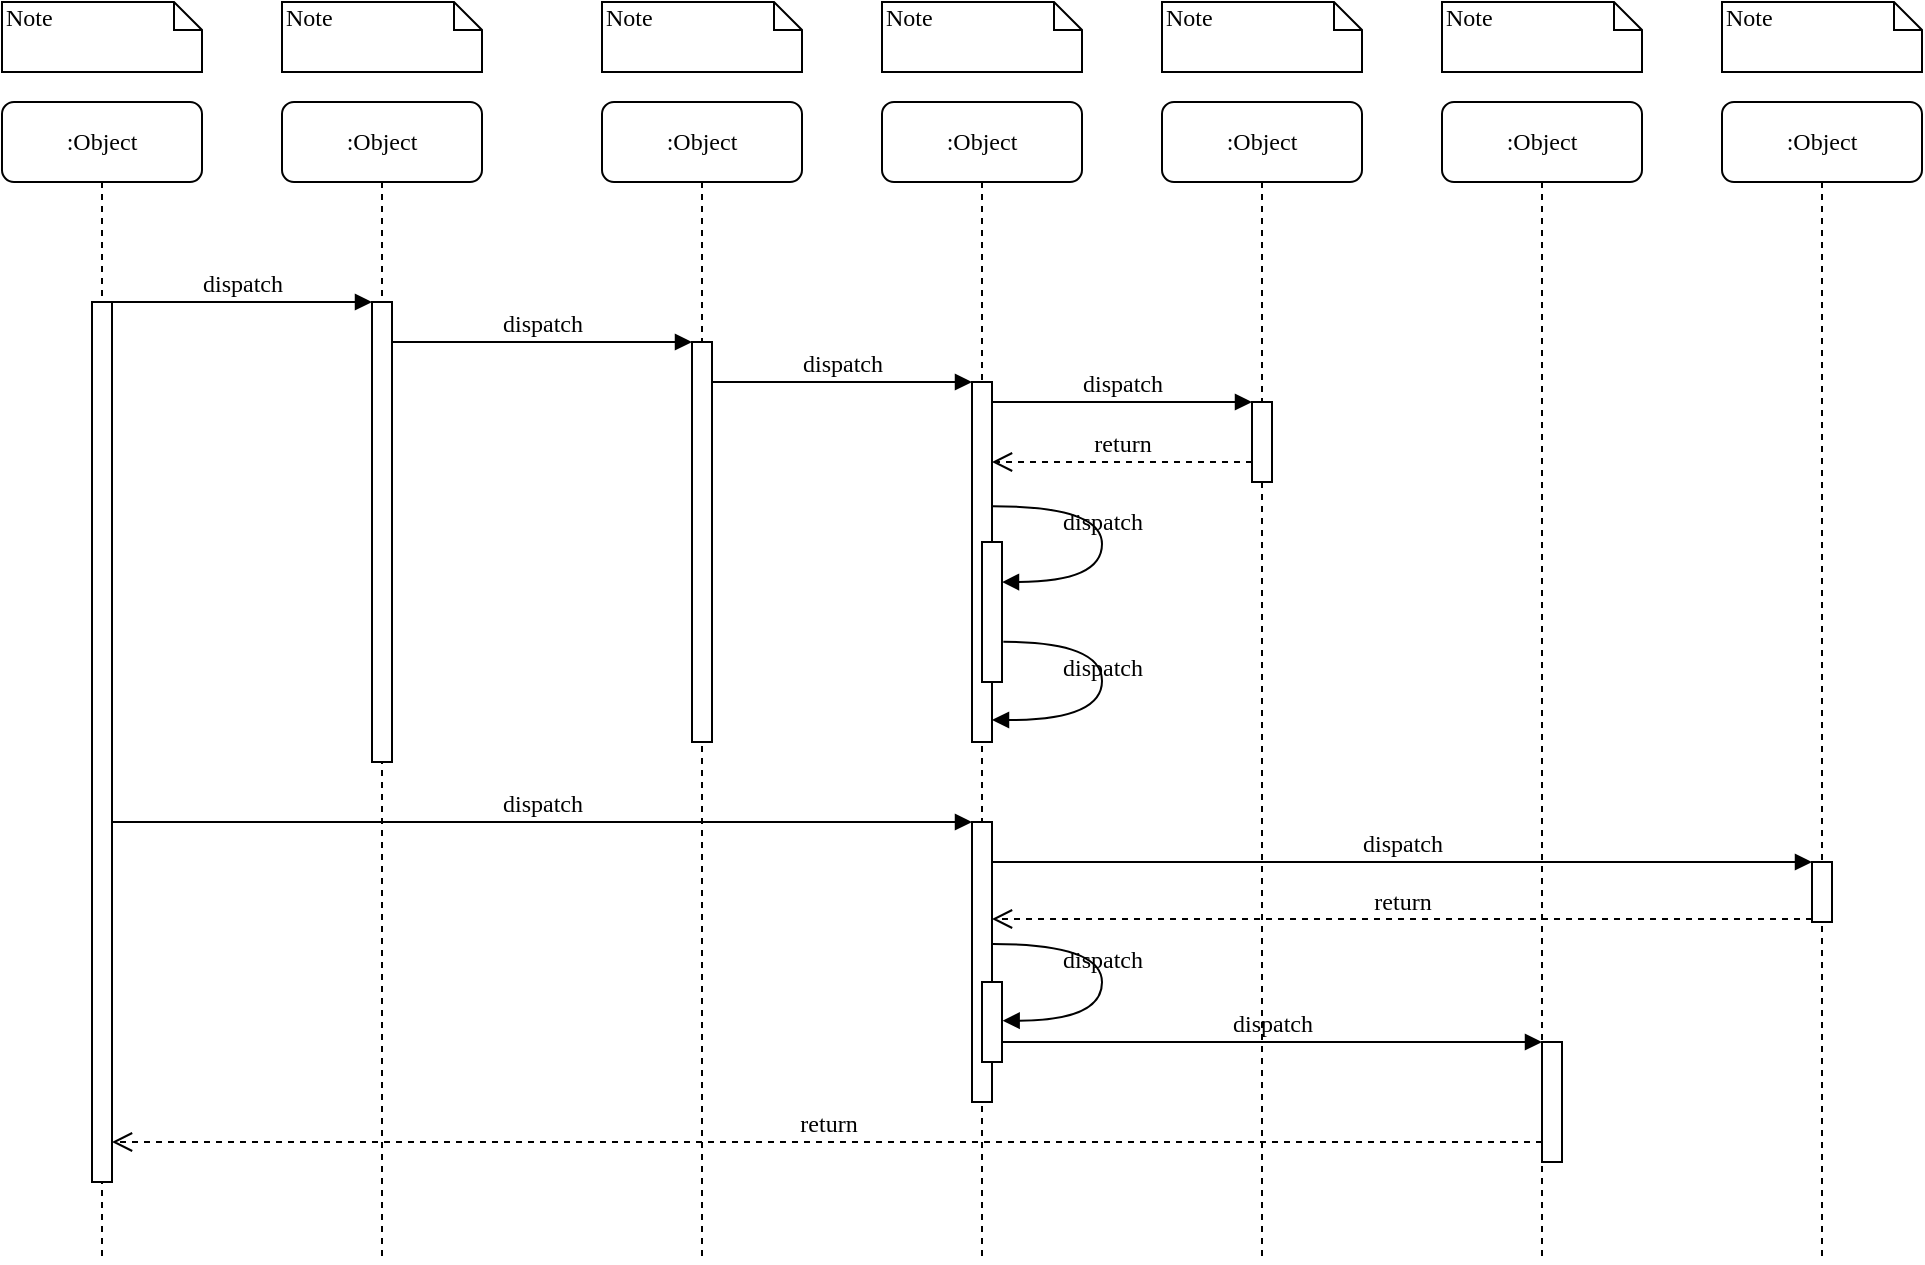
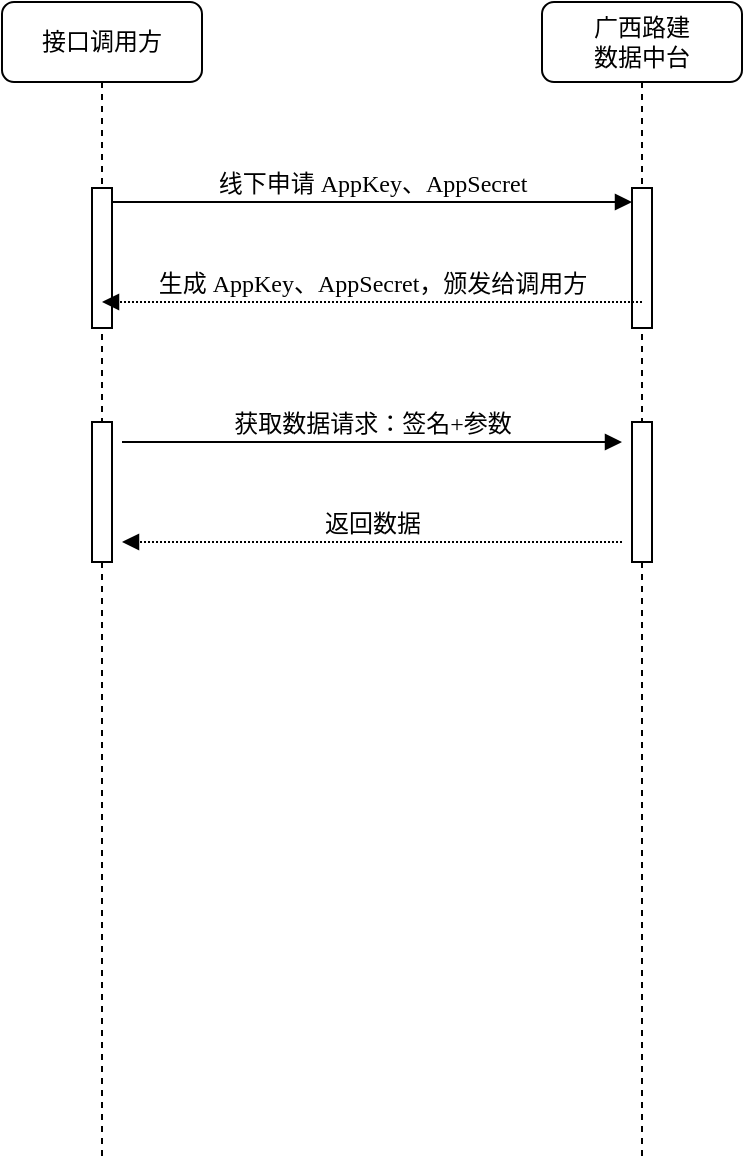
<mxfile host="app.diagrams.net" agent="5.0 (Windows NT 10.0; Win64; x64) AppleWebKit/537.36 (KHTML, like Gecko) Chrome/90.0.4430.212 Safari/537.36">
  <diagram name="Page-1" id="13e1069c-82ec-6db2-03f1-153e76fe0fe0">
-     <mxGraphModel dx="1408" dy="748" grid="1" gridSize="10" guides="1" tooltips="1" connect="1" arrows="1" fold="1" page="1" pageScale="1" pageWidth="1100" pageHeight="850" background="none" math="0" shadow="0">
+     <mxGraphModel dx="579" dy="262" grid="1" gridSize="10" guides="1" tooltips="1" connect="1" arrows="1" fold="1" page="1" pageScale="1" pageWidth="1100" pageHeight="850" background="none" math="0" shadow="0">
      <root>
        <mxCell id="0" />
        <mxCell id="1" parent="0" />
-         <mxCell id="7baba1c4bc27f4b0-2" value=":Object" style="shape=umlLifeline;perimeter=lifelinePerimeter;whiteSpace=wrap;html=1;container=1;collapsible=0;recursiveResize=0;outlineConnect=0;rounded=1;shadow=0;comic=0;labelBackgroundColor=none;strokeWidth=1;fontFamily=Verdana;fontSize=12;align=center;" parent="1" vertex="1">
-           <mxGeometry x="240" y="80" width="100" height="580" as="geometry" />
+         <mxCell id="7baba1c4bc27f4b0-2" parent="1" style="shape=umlLifeline;perimeter=lifelinePerimeter;whiteSpace=wrap;html=1;container=1;collapsible=0;recursiveResize=0;outlineConnect=0;rounded=1;shadow=0;comic=0;labelBackgroundColor=none;strokeWidth=1;fontFamily=Verdana;fontSize=12;align=center;" value="广西路建&lt;div&gt;数据中台&lt;/div&gt;" vertex="1">
+           <mxGeometry height="580" width="100" x="370" y="80" as="geometry" />
        </mxCell>
-         <mxCell id="7baba1c4bc27f4b0-10" value="" style="html=1;points=[];perimeter=orthogonalPerimeter;rounded=0;shadow=0;comic=0;labelBackgroundColor=none;strokeWidth=1;fontFamily=Verdana;fontSize=12;align=center;" parent="7baba1c4bc27f4b0-2" vertex="1">
-           <mxGeometry x="45" y="100" width="10" height="230" as="geometry" />
+         <mxCell id="7baba1c4bc27f4b0-10" parent="7baba1c4bc27f4b0-2" style="html=1;points=[];perimeter=orthogonalPerimeter;rounded=0;shadow=0;comic=0;labelBackgroundColor=none;strokeWidth=1;fontFamily=Verdana;fontSize=12;align=center;" value="" vertex="1">
+           <mxGeometry height="70" width="10" x="45" y="93" as="geometry" />
        </mxCell>
-         <mxCell id="7baba1c4bc27f4b0-3" value=":Object" style="shape=umlLifeline;perimeter=lifelinePerimeter;whiteSpace=wrap;html=1;container=1;collapsible=0;recursiveResize=0;outlineConnect=0;rounded=1;shadow=0;comic=0;labelBackgroundColor=none;strokeWidth=1;fontFamily=Verdana;fontSize=12;align=center;" parent="1" vertex="1">
-           <mxGeometry x="400" y="80" width="100" height="580" as="geometry" />
+         <mxCell id="HVjiBSM-SndkO614d8rT-5" parent="7baba1c4bc27f4b0-2" style="html=1;points=[];perimeter=orthogonalPerimeter;rounded=0;shadow=0;comic=0;labelBackgroundColor=none;strokeWidth=1;fontFamily=Verdana;fontSize=12;align=center;" value="" vertex="1">
+           <mxGeometry height="70" width="10" x="45" y="210" as="geometry" />
        </mxCell>
-         <mxCell id="7baba1c4bc27f4b0-13" value="" style="html=1;points=[];perimeter=orthogonalPerimeter;rounded=0;shadow=0;comic=0;labelBackgroundColor=none;strokeWidth=1;fontFamily=Verdana;fontSize=12;align=center;" parent="7baba1c4bc27f4b0-3" vertex="1">
-           <mxGeometry x="45" y="120" width="10" height="200" as="geometry" />
+         <mxCell id="7baba1c4bc27f4b0-8" parent="1" style="shape=umlLifeline;perimeter=lifelinePerimeter;whiteSpace=wrap;html=1;container=1;collapsible=0;recursiveResize=0;outlineConnect=0;rounded=1;shadow=0;comic=0;labelBackgroundColor=none;strokeWidth=1;fontFamily=Verdana;fontSize=12;align=center;" value="接口调用方" vertex="1">
+           <mxGeometry height="580" width="100" x="100" y="80" as="geometry" />
        </mxCell>
-         <mxCell id="7baba1c4bc27f4b0-4" value=":Object" style="shape=umlLifeline;perimeter=lifelinePerimeter;whiteSpace=wrap;html=1;container=1;collapsible=0;recursiveResize=0;outlineConnect=0;rounded=1;shadow=0;comic=0;labelBackgroundColor=none;strokeWidth=1;fontFamily=Verdana;fontSize=12;align=center;" parent="1" vertex="1">
-           <mxGeometry x="540" y="80" width="100" height="580" as="geometry" />
+         <mxCell id="7baba1c4bc27f4b0-9" parent="7baba1c4bc27f4b0-8" style="html=1;points=[];perimeter=orthogonalPerimeter;rounded=0;shadow=0;comic=0;labelBackgroundColor=none;strokeWidth=1;fontFamily=Verdana;fontSize=12;align=center;" value="" vertex="1">
+           <mxGeometry height="70" width="10" x="45" y="93" as="geometry" />
        </mxCell>
-         <mxCell id="7baba1c4bc27f4b0-5" value=":Object" style="shape=umlLifeline;perimeter=lifelinePerimeter;whiteSpace=wrap;html=1;container=1;collapsible=0;recursiveResize=0;outlineConnect=0;rounded=1;shadow=0;comic=0;labelBackgroundColor=none;strokeWidth=1;fontFamily=Verdana;fontSize=12;align=center;" parent="1" vertex="1">
-           <mxGeometry x="680" y="80" width="100" height="580" as="geometry" />
+         <mxCell id="HVjiBSM-SndkO614d8rT-4" parent="7baba1c4bc27f4b0-8" style="html=1;points=[];perimeter=orthogonalPerimeter;rounded=0;shadow=0;comic=0;labelBackgroundColor=none;strokeWidth=1;fontFamily=Verdana;fontSize=12;align=center;" value="" vertex="1">
+           <mxGeometry height="70" width="10" x="45" y="210" as="geometry" />
        </mxCell>
-         <mxCell id="7baba1c4bc27f4b0-6" value=":Object" style="shape=umlLifeline;perimeter=lifelinePerimeter;whiteSpace=wrap;html=1;container=1;collapsible=0;recursiveResize=0;outlineConnect=0;rounded=1;shadow=0;comic=0;labelBackgroundColor=none;strokeWidth=1;fontFamily=Verdana;fontSize=12;align=center;" parent="1" vertex="1">
-           <mxGeometry x="820" y="80" width="100" height="580" as="geometry" />
-         </mxCell>
-         <mxCell id="7baba1c4bc27f4b0-7" value=":Object" style="shape=umlLifeline;perimeter=lifelinePerimeter;whiteSpace=wrap;html=1;container=1;collapsible=0;recursiveResize=0;outlineConnect=0;rounded=1;shadow=0;comic=0;labelBackgroundColor=none;strokeWidth=1;fontFamily=Verdana;fontSize=12;align=center;" parent="1" vertex="1">
-           <mxGeometry x="960" y="80" width="100" height="580" as="geometry" />
-         </mxCell>
-         <mxCell id="7baba1c4bc27f4b0-8" value=":Object" style="shape=umlLifeline;perimeter=lifelinePerimeter;whiteSpace=wrap;html=1;container=1;collapsible=0;recursiveResize=0;outlineConnect=0;rounded=1;shadow=0;comic=0;labelBackgroundColor=none;strokeWidth=1;fontFamily=Verdana;fontSize=12;align=center;" parent="1" vertex="1">
-           <mxGeometry x="100" y="80" width="100" height="580" as="geometry" />
-         </mxCell>
-         <mxCell id="7baba1c4bc27f4b0-9" value="" style="html=1;points=[];perimeter=orthogonalPerimeter;rounded=0;shadow=0;comic=0;labelBackgroundColor=none;strokeWidth=1;fontFamily=Verdana;fontSize=12;align=center;" parent="7baba1c4bc27f4b0-8" vertex="1">
-           <mxGeometry x="45" y="100" width="10" height="440" as="geometry" />
-         </mxCell>
-         <mxCell id="7baba1c4bc27f4b0-16" value="" style="html=1;points=[];perimeter=orthogonalPerimeter;rounded=0;shadow=0;comic=0;labelBackgroundColor=none;strokeWidth=1;fontFamily=Verdana;fontSize=12;align=center;" parent="1" vertex="1">
-           <mxGeometry x="585" y="220" width="10" height="180" as="geometry" />
-         </mxCell>
-         <mxCell id="7baba1c4bc27f4b0-17" value="dispatch" style="html=1;verticalAlign=bottom;endArrow=block;labelBackgroundColor=none;fontFamily=Verdana;fontSize=12;edgeStyle=elbowEdgeStyle;elbow=vertical;" parent="1" source="7baba1c4bc27f4b0-13" target="7baba1c4bc27f4b0-16" edge="1">
+         <mxCell id="7baba1c4bc27f4b0-11" edge="1" parent="1" style="html=1;verticalAlign=bottom;endArrow=block;entryX=0;entryY=0;labelBackgroundColor=none;fontFamily=Verdana;fontSize=12;edgeStyle=elbowEdgeStyle;elbow=vertical;" value="线下申请 AppKey、AppSecret">
          <mxGeometry relative="1" as="geometry">
-             <mxPoint x="510" y="220" as="sourcePoint" />
-             <Array as="points">
-               <mxPoint x="460" y="220" />
-             </Array>
+             <mxPoint x="155" y="180" as="sourcePoint" />
+             <mxPoint x="415" y="180" as="targetPoint" />
          </mxGeometry>
        </mxCell>
-         <mxCell id="7baba1c4bc27f4b0-19" value="" style="html=1;points=[];perimeter=orthogonalPerimeter;rounded=0;shadow=0;comic=0;labelBackgroundColor=none;strokeWidth=1;fontFamily=Verdana;fontSize=12;align=center;" parent="1" vertex="1">
-           <mxGeometry x="725" y="230" width="10" height="40" as="geometry" />
-         </mxCell>
-         <mxCell id="7baba1c4bc27f4b0-20" value="dispatch" style="html=1;verticalAlign=bottom;endArrow=block;entryX=0;entryY=0;labelBackgroundColor=none;fontFamily=Verdana;fontSize=12;edgeStyle=elbowEdgeStyle;elbow=vertical;" parent="1" source="7baba1c4bc27f4b0-16" target="7baba1c4bc27f4b0-19" edge="1">
+         <mxCell id="HVjiBSM-SndkO614d8rT-3" edge="1" parent="1" style="html=1;verticalAlign=bottom;endArrow=block;labelBackgroundColor=none;fontFamily=Verdana;fontSize=12;edgeStyle=elbowEdgeStyle;elbow=vertical;entryX=0.5;entryY=0.957;entryDx=0;entryDy=0;entryPerimeter=0;dashed=1;dashPattern=1 1;exitX=0.5;exitY=0.957;exitDx=0;exitDy=0;exitPerimeter=0;" value="生成 AppKey、AppSecret，颁发给调用方">
          <mxGeometry relative="1" as="geometry">
-             <mxPoint x="650" y="230" as="sourcePoint" />
+             <mxPoint x="420" y="229.98999999999995" as="sourcePoint" />
+             <mxPoint x="150" y="229.98999999999995" as="targetPoint" />
          </mxGeometry>
        </mxCell>
-         <mxCell id="7baba1c4bc27f4b0-21" value="return" style="html=1;verticalAlign=bottom;endArrow=open;dashed=1;endSize=8;labelBackgroundColor=none;fontFamily=Verdana;fontSize=12;edgeStyle=elbowEdgeStyle;elbow=vertical;" parent="1" source="7baba1c4bc27f4b0-19" target="7baba1c4bc27f4b0-16" edge="1">
+         <mxCell id="HVjiBSM-SndkO614d8rT-6" edge="1" parent="1" style="html=1;verticalAlign=bottom;endArrow=block;labelBackgroundColor=none;fontFamily=Verdana;fontSize=12;edgeStyle=elbowEdgeStyle;elbow=vertical;" value="获取数据请求：签名+参数">
          <mxGeometry relative="1" as="geometry">
-             <mxPoint x="650" y="306" as="targetPoint" />
-             <Array as="points">
-               <mxPoint x="670" y="260" />
-               <mxPoint x="700" y="260" />
-             </Array>
+             <mxPoint x="160" y="300" as="sourcePoint" />
+             <mxPoint x="410" y="300" as="targetPoint" />
          </mxGeometry>
        </mxCell>
-         <mxCell id="7baba1c4bc27f4b0-22" value="" style="html=1;points=[];perimeter=orthogonalPerimeter;rounded=0;shadow=0;comic=0;labelBackgroundColor=none;strokeWidth=1;fontFamily=Verdana;fontSize=12;align=center;" parent="1" vertex="1">
-           <mxGeometry x="585" y="440" width="10" height="140" as="geometry" />
-         </mxCell>
-         <mxCell id="7baba1c4bc27f4b0-23" value="dispatch" style="html=1;verticalAlign=bottom;endArrow=block;entryX=0;entryY=0;labelBackgroundColor=none;fontFamily=Verdana;fontSize=12;" parent="1" source="7baba1c4bc27f4b0-9" target="7baba1c4bc27f4b0-22" edge="1">
+         <mxCell id="HVjiBSM-SndkO614d8rT-7" edge="1" parent="1" style="html=1;verticalAlign=bottom;endArrow=block;labelBackgroundColor=none;fontFamily=Verdana;fontSize=12;edgeStyle=elbowEdgeStyle;elbow=vertical;entryX=0.5;entryY=0.957;entryDx=0;entryDy=0;entryPerimeter=0;dashed=1;dashPattern=1 1;" value="返回数据">
          <mxGeometry relative="1" as="geometry">
-             <mxPoint x="510" y="420" as="sourcePoint" />
+             <mxPoint x="410" y="350" as="sourcePoint" />
+             <mxPoint x="160" y="350" as="targetPoint" />
          </mxGeometry>
-         </mxCell>
-         <mxCell id="7baba1c4bc27f4b0-25" value="" style="html=1;points=[];perimeter=orthogonalPerimeter;rounded=0;shadow=0;comic=0;labelBackgroundColor=none;strokeColor=#000000;strokeWidth=1;fillColor=#FFFFFF;fontFamily=Verdana;fontSize=12;fontColor=#000000;align=center;" parent="1" vertex="1">
-           <mxGeometry x="1005" y="460" width="10" height="30" as="geometry" />
-         </mxCell>
-         <mxCell id="7baba1c4bc27f4b0-26" value="dispatch" style="html=1;verticalAlign=bottom;endArrow=block;entryX=0;entryY=0;labelBackgroundColor=none;fontFamily=Verdana;fontSize=12;" parent="1" source="7baba1c4bc27f4b0-22" target="7baba1c4bc27f4b0-25" edge="1">
-           <mxGeometry relative="1" as="geometry">
-             <mxPoint x="930" y="340" as="sourcePoint" />
-           </mxGeometry>
-         </mxCell>
-         <mxCell id="7baba1c4bc27f4b0-27" value="return" style="html=1;verticalAlign=bottom;endArrow=open;dashed=1;endSize=8;exitX=0;exitY=0.95;labelBackgroundColor=none;fontFamily=Verdana;fontSize=12;" parent="1" source="7baba1c4bc27f4b0-25" target="7baba1c4bc27f4b0-22" edge="1">
-           <mxGeometry relative="1" as="geometry">
-             <mxPoint x="930" y="416" as="targetPoint" />
-           </mxGeometry>
-         </mxCell>
-         <mxCell id="7baba1c4bc27f4b0-28" value="" style="html=1;points=[];perimeter=orthogonalPerimeter;rounded=0;shadow=0;comic=0;labelBackgroundColor=none;strokeWidth=1;fontFamily=Verdana;fontSize=12;align=center;" parent="1" vertex="1">
-           <mxGeometry x="870" y="550" width="10" height="60" as="geometry" />
-         </mxCell>
-         <mxCell id="7baba1c4bc27f4b0-29" value="dispatch" style="html=1;verticalAlign=bottom;endArrow=block;entryX=0;entryY=0;labelBackgroundColor=none;fontFamily=Verdana;fontSize=12;edgeStyle=elbowEdgeStyle;elbow=vertical;" parent="1" source="7baba1c4bc27f4b0-37" target="7baba1c4bc27f4b0-28" edge="1">
-           <mxGeometry relative="1" as="geometry">
-             <mxPoint x="800" y="550" as="sourcePoint" />
-           </mxGeometry>
-         </mxCell>
-         <mxCell id="7baba1c4bc27f4b0-30" value="return" style="html=1;verticalAlign=bottom;endArrow=open;dashed=1;endSize=8;labelBackgroundColor=none;fontFamily=Verdana;fontSize=12;edgeStyle=elbowEdgeStyle;elbow=vertical;" parent="1" source="7baba1c4bc27f4b0-28" target="7baba1c4bc27f4b0-9" edge="1">
-           <mxGeometry relative="1" as="geometry">
-             <mxPoint x="800" y="626" as="targetPoint" />
-             <Array as="points">
-               <mxPoint x="570" y="600" />
-             </Array>
-           </mxGeometry>
-         </mxCell>
-         <mxCell id="7baba1c4bc27f4b0-11" value="dispatch" style="html=1;verticalAlign=bottom;endArrow=block;entryX=0;entryY=0;labelBackgroundColor=none;fontFamily=Verdana;fontSize=12;edgeStyle=elbowEdgeStyle;elbow=vertical;" parent="1" source="7baba1c4bc27f4b0-9" target="7baba1c4bc27f4b0-10" edge="1">
-           <mxGeometry relative="1" as="geometry">
-             <mxPoint x="220" y="190" as="sourcePoint" />
-           </mxGeometry>
-         </mxCell>
-         <mxCell id="7baba1c4bc27f4b0-14" value="dispatch" style="html=1;verticalAlign=bottom;endArrow=block;entryX=0;entryY=0;labelBackgroundColor=none;fontFamily=Verdana;fontSize=12;edgeStyle=elbowEdgeStyle;elbow=vertical;" parent="1" source="7baba1c4bc27f4b0-10" target="7baba1c4bc27f4b0-13" edge="1">
-           <mxGeometry relative="1" as="geometry">
-             <mxPoint x="370" y="200" as="sourcePoint" />
-           </mxGeometry>
-         </mxCell>
-         <mxCell id="7baba1c4bc27f4b0-34" value="" style="html=1;points=[];perimeter=orthogonalPerimeter;rounded=0;shadow=0;comic=0;labelBackgroundColor=none;strokeWidth=1;fontFamily=Verdana;fontSize=12;align=center;" parent="1" vertex="1">
-           <mxGeometry x="590" y="300" width="10" height="70" as="geometry" />
-         </mxCell>
-         <mxCell id="7baba1c4bc27f4b0-35" value="dispatch" style="html=1;verticalAlign=bottom;endArrow=block;labelBackgroundColor=none;fontFamily=Verdana;fontSize=12;elbow=vertical;edgeStyle=orthogonalEdgeStyle;curved=1;entryX=1;entryY=0.286;entryPerimeter=0;exitX=1.038;exitY=0.345;exitPerimeter=0;" parent="1" source="7baba1c4bc27f4b0-16" target="7baba1c4bc27f4b0-34" edge="1">
-           <mxGeometry relative="1" as="geometry">
-             <mxPoint x="465" y="230" as="sourcePoint" />
-             <mxPoint x="595" y="230" as="targetPoint" />
-             <Array as="points">
-               <mxPoint x="650" y="282" />
-               <mxPoint x="650" y="320" />
-             </Array>
-           </mxGeometry>
-         </mxCell>
-         <mxCell id="7baba1c4bc27f4b0-36" value="dispatch" style="html=1;verticalAlign=bottom;endArrow=block;labelBackgroundColor=none;fontFamily=Verdana;fontSize=12;elbow=vertical;edgeStyle=orthogonalEdgeStyle;curved=1;exitX=1.066;exitY=0.713;exitPerimeter=0;" parent="1" source="7baba1c4bc27f4b0-34" edge="1">
-           <mxGeometry relative="1" as="geometry">
-             <mxPoint x="610.3333333333333" y="350" as="sourcePoint" />
-             <mxPoint x="595" y="389" as="targetPoint" />
-             <Array as="points">
-               <mxPoint x="650" y="350" />
-               <mxPoint x="650" y="389" />
-             </Array>
-           </mxGeometry>
-         </mxCell>
-         <mxCell id="7baba1c4bc27f4b0-37" value="" style="html=1;points=[];perimeter=orthogonalPerimeter;rounded=0;shadow=0;comic=0;labelBackgroundColor=none;strokeWidth=1;fontFamily=Verdana;fontSize=12;align=center;" parent="1" vertex="1">
-           <mxGeometry x="590" y="520" width="10" height="40" as="geometry" />
-         </mxCell>
-         <mxCell id="7baba1c4bc27f4b0-39" value="dispatch" style="html=1;verticalAlign=bottom;endArrow=block;labelBackgroundColor=none;fontFamily=Verdana;fontSize=12;elbow=vertical;edgeStyle=orthogonalEdgeStyle;curved=1;entryX=1;entryY=0.286;entryPerimeter=0;exitX=1.038;exitY=0.345;exitPerimeter=0;" parent="1" edge="1">
-           <mxGeometry relative="1" as="geometry">
-             <mxPoint x="595.3333333333335" y="501" as="sourcePoint" />
-             <mxPoint x="600.3333333333335" y="539.3333333333334" as="targetPoint" />
-             <Array as="points">
-               <mxPoint x="650" y="501" />
-               <mxPoint x="650" y="539" />
-             </Array>
-           </mxGeometry>
-         </mxCell>
-         <mxCell id="7baba1c4bc27f4b0-40" value="Note" style="shape=note;whiteSpace=wrap;html=1;size=14;verticalAlign=top;align=left;spacingTop=-6;rounded=0;shadow=0;comic=0;labelBackgroundColor=none;strokeWidth=1;fontFamily=Verdana;fontSize=12" parent="1" vertex="1">
-           <mxGeometry x="100" y="30" width="100" height="35" as="geometry" />
-         </mxCell>
-         <mxCell id="7baba1c4bc27f4b0-41" value="Note" style="shape=note;whiteSpace=wrap;html=1;size=14;verticalAlign=top;align=left;spacingTop=-6;rounded=0;shadow=0;comic=0;labelBackgroundColor=none;strokeWidth=1;fontFamily=Verdana;fontSize=12" parent="1" vertex="1">
-           <mxGeometry x="240" y="30" width="100" height="35" as="geometry" />
-         </mxCell>
-         <mxCell id="7baba1c4bc27f4b0-42" value="Note" style="shape=note;whiteSpace=wrap;html=1;size=14;verticalAlign=top;align=left;spacingTop=-6;rounded=0;shadow=0;comic=0;labelBackgroundColor=none;strokeWidth=1;fontFamily=Verdana;fontSize=12" parent="1" vertex="1">
-           <mxGeometry x="400" y="30" width="100" height="35" as="geometry" />
-         </mxCell>
-         <mxCell id="7baba1c4bc27f4b0-43" value="Note" style="shape=note;whiteSpace=wrap;html=1;size=14;verticalAlign=top;align=left;spacingTop=-6;rounded=0;shadow=0;comic=0;labelBackgroundColor=none;strokeWidth=1;fontFamily=Verdana;fontSize=12" parent="1" vertex="1">
-           <mxGeometry x="540" y="30" width="100" height="35" as="geometry" />
-         </mxCell>
-         <mxCell id="7baba1c4bc27f4b0-44" value="Note" style="shape=note;whiteSpace=wrap;html=1;size=14;verticalAlign=top;align=left;spacingTop=-6;rounded=0;shadow=0;comic=0;labelBackgroundColor=none;strokeWidth=1;fontFamily=Verdana;fontSize=12" parent="1" vertex="1">
-           <mxGeometry x="680" y="30" width="100" height="35" as="geometry" />
-         </mxCell>
-         <mxCell id="7baba1c4bc27f4b0-45" value="Note" style="shape=note;whiteSpace=wrap;html=1;size=14;verticalAlign=top;align=left;spacingTop=-6;rounded=0;shadow=0;comic=0;labelBackgroundColor=none;strokeWidth=1;fontFamily=Verdana;fontSize=12" parent="1" vertex="1">
-           <mxGeometry x="820" y="30" width="100" height="35" as="geometry" />
-         </mxCell>
-         <mxCell id="7baba1c4bc27f4b0-46" value="Note" style="shape=note;whiteSpace=wrap;html=1;size=14;verticalAlign=top;align=left;spacingTop=-6;rounded=0;shadow=0;comic=0;labelBackgroundColor=none;strokeWidth=1;fontFamily=Verdana;fontSize=12" parent="1" vertex="1">
-           <mxGeometry x="960" y="30" width="100" height="35" as="geometry" />
        </mxCell>
      </root>
    </mxGraphModel>
  </diagram>
</mxfile>
